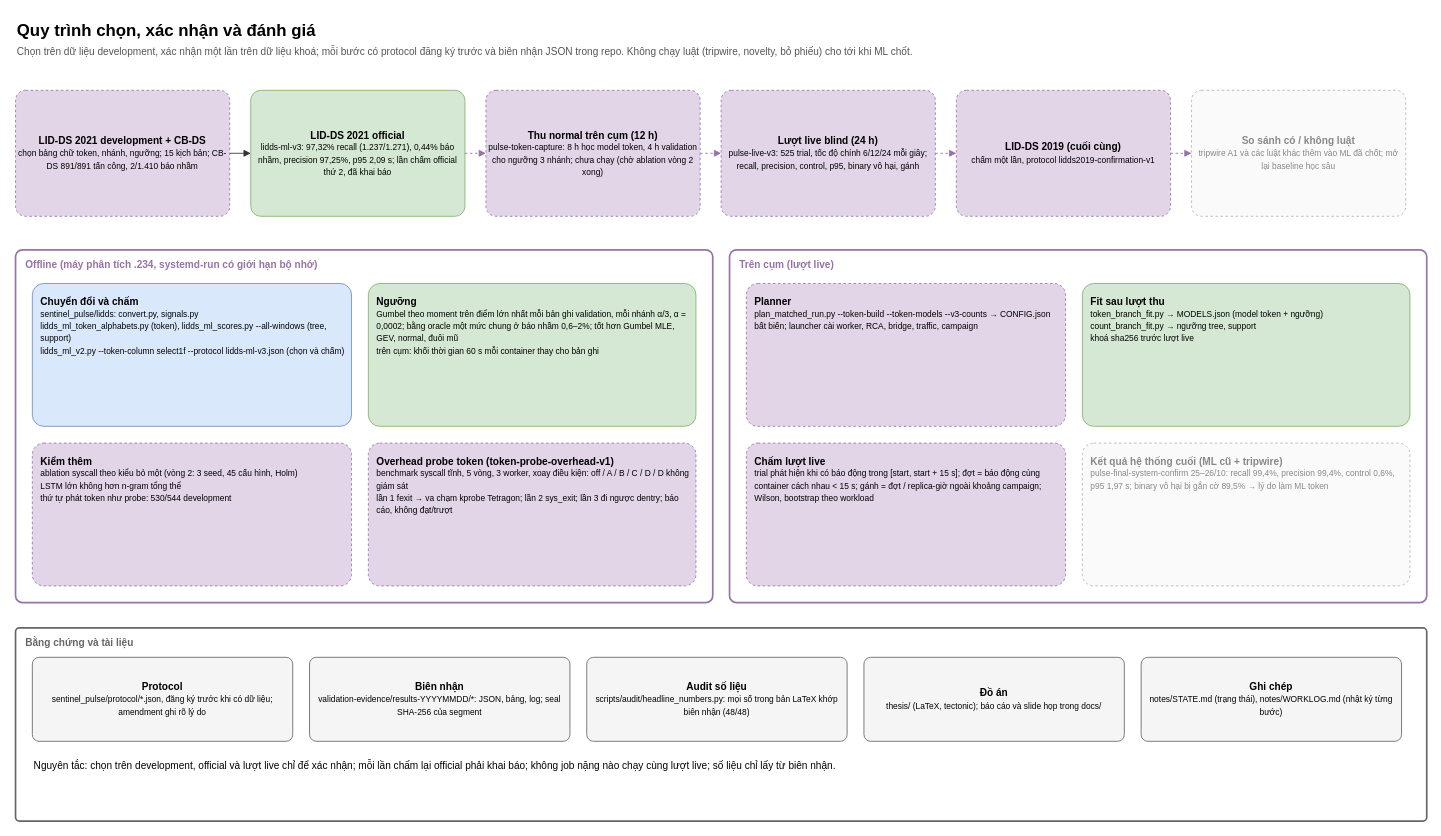
Earlier version of the draw.io diagram page "5. Học và đánh giá" (5 of 5) of docs/architecture/sentinel-pulse-architecture.drawio (tndat-dev/eBPF-project). Source tidied: cells renumbered, new cells numbered last; positions are measured from the earlier drawing's top-left corner, leaving out a move shared by most shapes. Both pictures are drawn from the tidied source at 84%, with x=0, y=0 at pixel (15, 14).
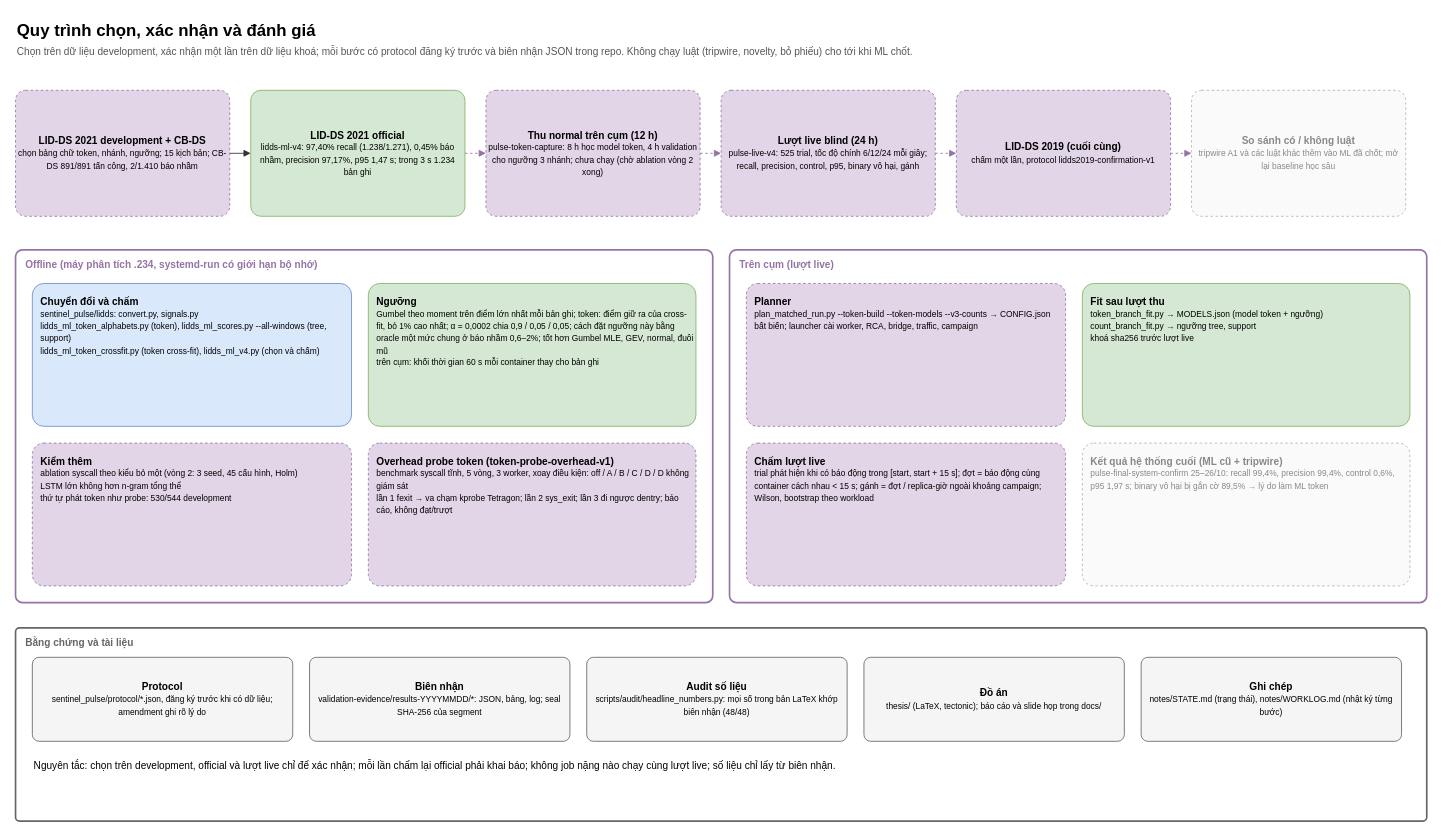
The same diagram, later.

Change to the diagram source:
```diff
@@
-    <mxCell id="5" value="&lt;b&gt;LID-DS 2021 official&lt;/b&gt;&lt;br&gt;&lt;font style=&quot;font-size:10px&quot;&gt;lidds-ml-v3: 97,32% recall (1.237/1.271), 0,44% báo nhầm, precision 97,25%, p95 2,09 s; lần chấm official thứ 2, đã khai báo&lt;/font&gt;" style="rounded=1;whiteSpace=wrap;html=1;fillColor=#D5E8D4;strokeColor=#82B366;arcSize=8;fontSize=12;align=center;spacing=4;" parent="1" vertex="1">
+    <mxCell id="5" value="&lt;b&gt;LID-DS 2021 official&lt;/b&gt;&lt;br&gt;&lt;font style=&quot;font-size:10px&quot;&gt;lidds-ml-v4: 97,40% recall (1.238/1.271), 0,45% báo nhầm, precision 97,17%, p95 1,47 s; trong 3 s 1.234 bản ghi&lt;/font&gt;" style="rounded=1;whiteSpace=wrap;html=1;fillColor=#D5E8D4;strokeColor=#82B366;arcSize=8;fontSize=12;align=center;spacing=4;" parent="1" vertex="1">
       <mxGeometry x="280" y="90" width="255" height="150" as="geometry" />
     </mxCell>
@@
-    <mxCell id="9" value="&lt;b&gt;Lượt live blind (24 h)&lt;/b&gt;&lt;br&gt;&lt;font style=&quot;font-size:10px&quot;&gt;pulse-live-v3: 525 trial, tốc độ chính 6/12/24 mỗi giây; recall, precision, control, p95, binary vô hại, gánh&lt;/font&gt;" style="rounded=1;whiteSpace=wrap;html=1;fillColor=#E1D5E7;strokeColor=#9673A6;dashed=1;arcSize=8;fontSize=12;align=center;spacing=4;" parent="1" vertex="1">
+    <mxCell id="9" value="&lt;b&gt;Lượt live blind (24 h)&lt;/b&gt;&lt;br&gt;&lt;font style=&quot;font-size:10px&quot;&gt;pulse-live-v4: 525 trial, tốc độ chính 6/12/24 mỗi giây; recall, precision, control, p95, binary vô hại, gánh&lt;/font&gt;" style="rounded=1;whiteSpace=wrap;html=1;fillColor=#E1D5E7;strokeColor=#9673A6;dashed=1;arcSize=8;fontSize=12;align=center;spacing=4;" parent="1" vertex="1">
       <mxGeometry x="840" y="90" width="255" height="150" as="geometry" />
     </mxCell>
@@
-    <mxCell id="16" value="&lt;b&gt;Chuyển đổi và chấm&lt;/b&gt;&lt;br&gt;&lt;font style=&quot;font-size:10px&quot;&gt;sentinel_pulse/lidds: convert.py, signals.py&lt;br&gt;lidds_ml_token_alphabets.py (token), lidds_ml_scores.py --all-windows (tree, support)&lt;br&gt;lidds_ml_v2.py --token-column select1f --protocol lidds-ml-v3.json (chọn và chấm)&lt;/font&gt;" style="rounded=1;whiteSpace=wrap;html=1;fillColor=#DAE8FC;strokeColor=#6C8EBF;arcSize=8;fontSize=12;align=left;spacing=4;verticalAlign=top;spacingTop=6;spacingLeft=6;" parent="1" vertex="1">
+    <mxCell id="16" value="&lt;b&gt;Chuyển đổi và chấm&lt;/b&gt;&lt;br&gt;&lt;font style=&quot;font-size:10px&quot;&gt;sentinel_pulse/lidds: convert.py, signals.py&lt;br&gt;lidds_ml_token_alphabets.py (token), lidds_ml_scores.py --all-windows (tree, support)&lt;br&gt;lidds_ml_token_crossfit.py (token cross-fit), lidds_ml_v4.py (chọn và chấm)&lt;/font&gt;" style="rounded=1;whiteSpace=wrap;html=1;fillColor=#DAE8FC;strokeColor=#6C8EBF;arcSize=8;fontSize=12;align=left;spacing=4;verticalAlign=top;spacingTop=6;spacingLeft=6;" parent="1" vertex="1">
       <mxGeometry x="20" y="320" width="380" height="170" as="geometry" />
     </mxCell>
-    <mxCell id="17" value="&lt;b&gt;Ngưỡng&lt;/b&gt;&lt;br&gt;&lt;font style=&quot;font-size:10px&quot;&gt;Gumbel theo moment trên điểm lớn nhất mỗi bản ghi validation, mỗi nhánh α/3, α = 0,0002; bằng oracle một mức chung ở báo nhầm 0,6–2%; tốt hơn Gumbel MLE, GEV, normal, đuôi mũ&lt;br&gt;trên cụm: khối thời gian 60 s mỗi container thay cho bản ghi&lt;/font&gt;" style="rounded=1;whiteSpace=wrap;html=1;fillColor=#D5E8D4;strokeColor=#82B366;arcSize=8;fontSize=12;align=left;spacing=4;verticalAlign=top;spacingTop=6;spacingLeft=6;" parent="1" vertex="1">
+    <mxCell id="17" value="&lt;b&gt;Ngưỡng&lt;/b&gt;&lt;br&gt;&lt;font style=&quot;font-size:10px&quot;&gt;Gumbel theo moment trên điểm lớn nhất mỗi bản ghi; token: điểm giữ ra của cross-fit, bỏ 1% cao nhất; α = 0,0002 chia 0,9 / 0,05 / 0,05; cách đặt ngưỡng này bằng oracle một mức chung ở báo nhầm 0,6–2%; tốt hơn Gumbel MLE, GEV, normal, đuôi mũ&lt;br&gt;trên cụm: khối thời gian 60 s mỗi container thay cho bản ghi&lt;/font&gt;" style="rounded=1;whiteSpace=wrap;html=1;fillColor=#D5E8D4;strokeColor=#82B366;arcSize=8;fontSize=12;align=left;spacing=4;verticalAlign=top;spacingTop=6;spacingLeft=6;" parent="1" vertex="1">
       <mxGeometry x="420" y="320" width="390" height="170" as="geometry" />
     </mxCell>
```
